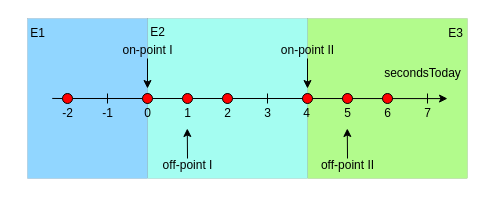
Earlier version of the draw.io diagram page "secondsToday_points" (6 of 6) of assignments/diagrams/boundary_value_analysis.drawio (paulinho-16/MEIC-TVVS). Source tidied: cells renumbered, new cells numbered last; positions are measured from the earlier drawing's top-left corner, leaving out a move shared by most shapes. Both pictures are drawn from the tidied source at 100%, with x=0, y=0 at pixel (17, 17).
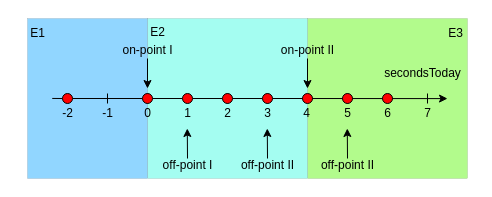
After the change.

Commit message (it also covers changes not shown here):
Added missing off-point from the diagram

Unchanged cells that the change refers to:
```xml
<mxCell id="50" style="ellipse;whiteSpace=wrap;html=1;fillColor=#FF0000;" parent="1" vertex="1">
  <mxGeometry x="205" y="76" width="10" height="10" as="geometry" />
</mxCell>
```

Change to the diagram source:
```diff
@@
-    <mxCell id="51" style="endArrow=none;html=1;rounded=0;fontFamily=Helvetica;fontSize=12;fontColor=default;" parent="1" edge="1" target="50">
-      <mxGeometry relative="1" as="geometry">
-        <mxPoint x="279" y="81" as="sourcePoint" />
-      </mxGeometry>
+    <mxCell id="51" style="endArrow=none;html=1;rounded=0;fontFamily=Helvetica;fontSize=12;fontColor=default;startArrow=none;" parent="1" edge="1" source="54" target="50">
+      <mxGeometry relative="1" as="geometry" />
     </mxCell>
@@
+    <mxCell id="54" style="ellipse;whiteSpace=wrap;html=1;fillColor=#FF0000;" parent="1" vertex="1">
+      <mxGeometry x="245" y="76" width="10" height="10" as="geometry" />
+    </mxCell>
+    <mxCell id="55" style="endArrow=none;html=1;rounded=0;fontFamily=Helvetica;fontSize=12;fontColor=default;" parent="1" edge="1" target="54">
+      <mxGeometry relative="1" as="geometry">
+        <mxPoint x="279" y="81" as="sourcePoint" />
+      </mxGeometry>
+    </mxCell>
+    <mxCell id="56" style="endArrow=classic;html=1;rounded=0;" parent="1" edge="1">
+      <mxGeometry relative="1" as="geometry">
+        <mxPoint x="250" y="141" as="sourcePoint" />
+        <mxPoint x="249.8" y="111" as="targetPoint" />
+      </mxGeometry>
+    </mxCell>
+    <mxCell id="57" value="off-point II" style="text;html=1;align=center;verticalAlign=middle;strokeColor=none;fillColor=none;fontSize=12;fontFamily=Helvetica;fontColor=default;" parent="1" vertex="1">
+      <mxGeometry x="210" y="133" width="80" height="30" as="geometry" />
+    </mxCell>
```
